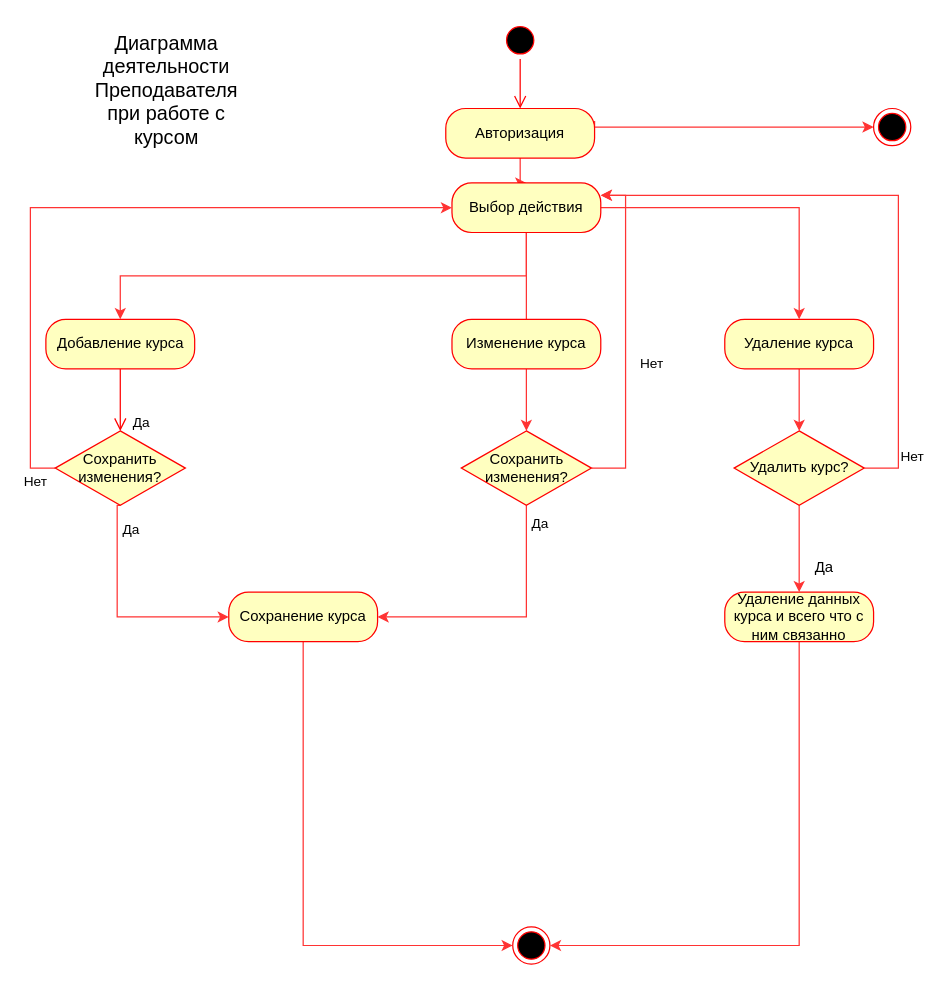
Above: page "Activity course - Teacher" (7 of 10) of UML.drawio in FaridunSalimzoda/myvkr (draw.io), before the change. Source tidied: cells renumbered, new cells numbered last; positions are measured from the earlier drawing's top-left corner, leaving out a move shared by most shapes. Both pictures are drawn from the tidied source at 124%, with x=0, y=0 at pixel (45, 21).
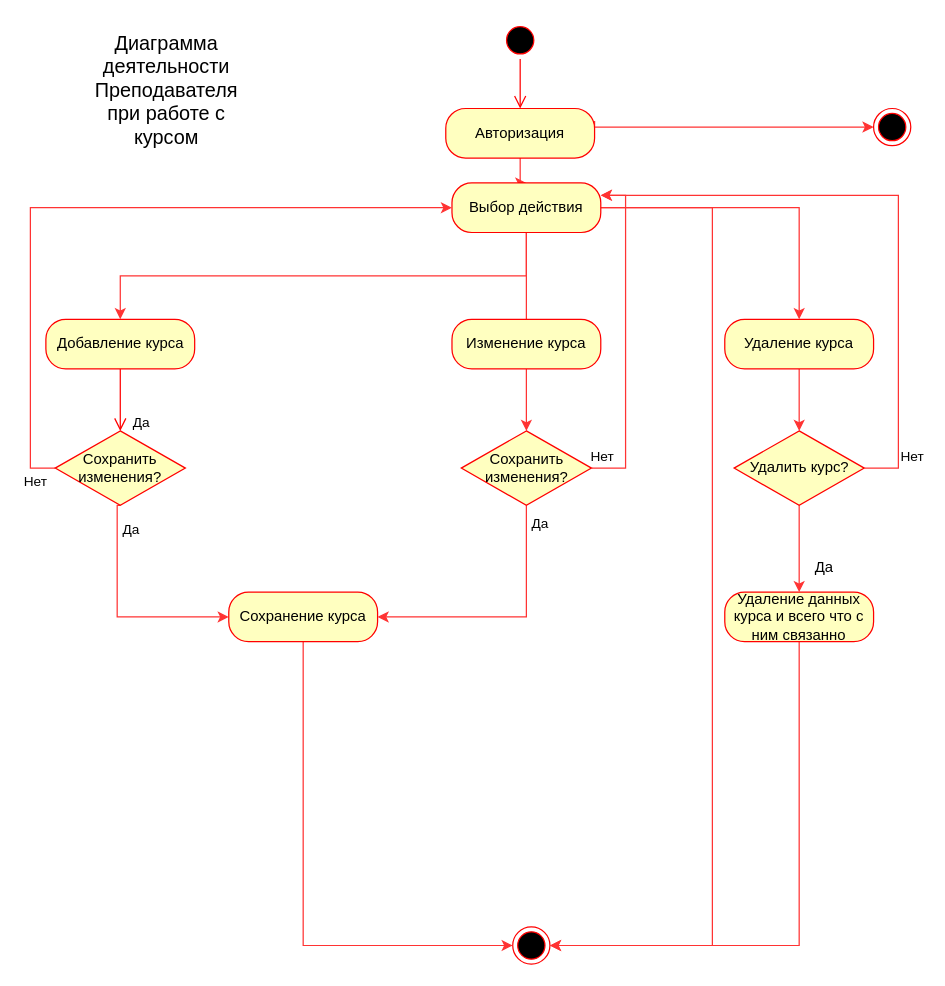
The same diagram, later.

Unchanged cells that the change refers to:
```xml
<mxCell id="10" value="Выбор действия" style="rounded=1;whiteSpace=wrap;html=1;arcSize=40;fontColor=#000000;fillColor=#ffffc0;strokeColor=#ff0000;" parent="1" vertex="1">
  <mxGeometry x="328" y="130" width="120" height="40" as="geometry" />
</mxCell>
<mxCell id="12" style="ellipse;html=1;shape=endState;fillColor=#000000;strokeColor=#ff0000;" parent="1" vertex="1">
  <mxGeometry x="377" y="730" width="30" height="30" as="geometry" />
</mxCell>
<mxCell id="24" style="edgeStyle=orthogonalEdgeStyle;rounded=0;jettySize=auto;html=1;exitX=1;exitY=0.5;exitDx=0;exitDy=0;entryX=1;entryY=0.25;entryDx=0;entryDy=0;strokeColor=#FF3333;" parent="1" edge="1" source="29" target="10">
  <mxGeometry relative="1" as="geometry">
    <Array as="points">
      <mxPoint x="468" y="360" />
      <mxPoint x="468" y="140" />
    </Array>
  </mxGeometry>
</mxCell>
```

The edit, as a diff of the source:
```diff
@@
+    <mxCell id="39" style="edgeStyle=orthogonalEdgeStyle;rounded=0;jettySize=auto;html=1;exitX=1;exitY=0.5;exitDx=0;exitDy=0;entryX=1;entryY=0.5;entryDx=0;entryDy=0;strokeColor=#FF3333;" parent="1" edge="1" source="10" target="12">
+      <mxGeometry relative="1" as="geometry">
+        <Array as="points">
+          <mxPoint x="538" y="150" />
+          <mxPoint x="538" y="745" />
+        </Array>
+      </mxGeometry>
+    </mxCell>
@@
     <mxCell id="25" value="Нет" style="edgeLabel;html=1;align=center;verticalAlign=middle;" parent="24" vertex="1">
       <mxGeometry x="-0.16" y="-3" relative="1" as="geometry">
-        <mxPoint x="17" as="offset" />
+        <mxPoint x="-23" y="75" as="offset" />
       </mxGeometry>
     </mxCell>
```
